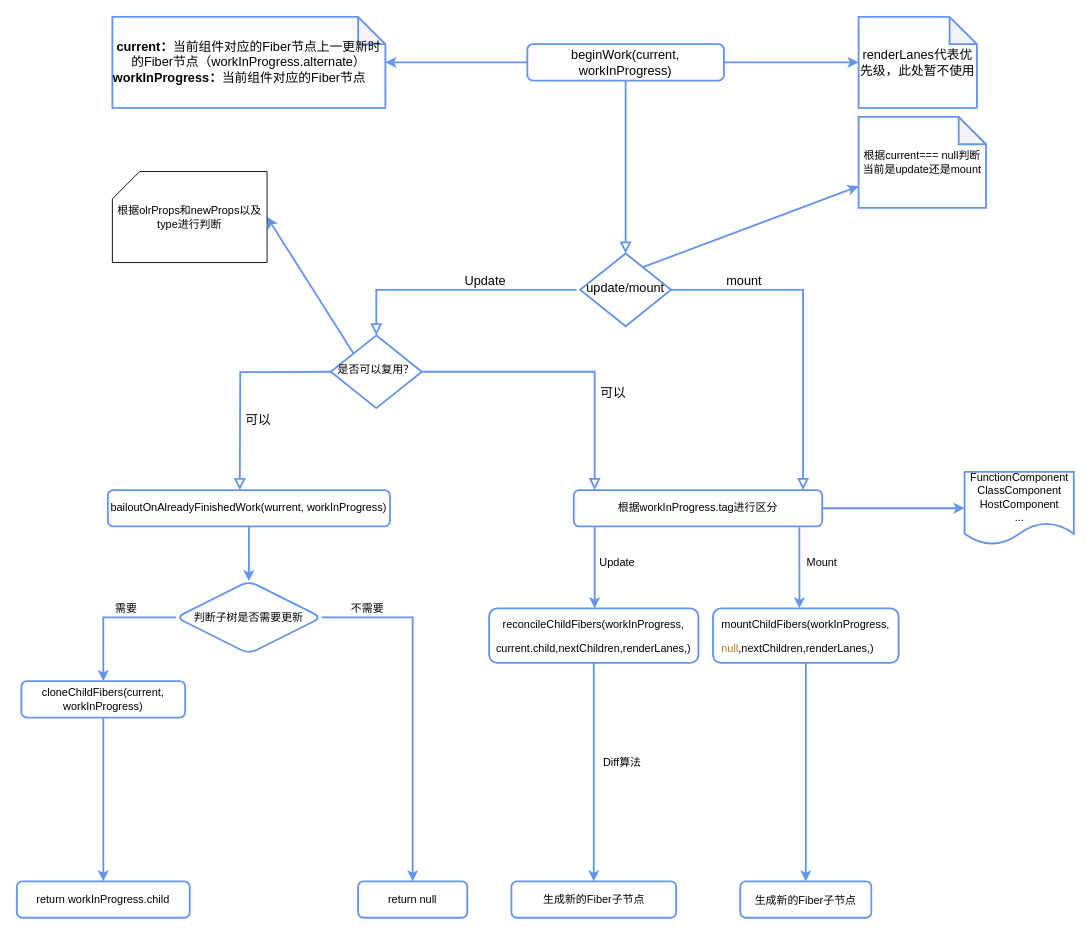
Before: beginWork.drawio in Yuan-Far/test, a draw.io diagram. Source tidied: cells renumbered, new cells numbered last; positions are measured from the earlier drawing's top-left corner, leaving out a move shared by most shapes. Both pictures are drawn from the tidied source at 91%, with x=0, y=0 at pixel (16, 16).
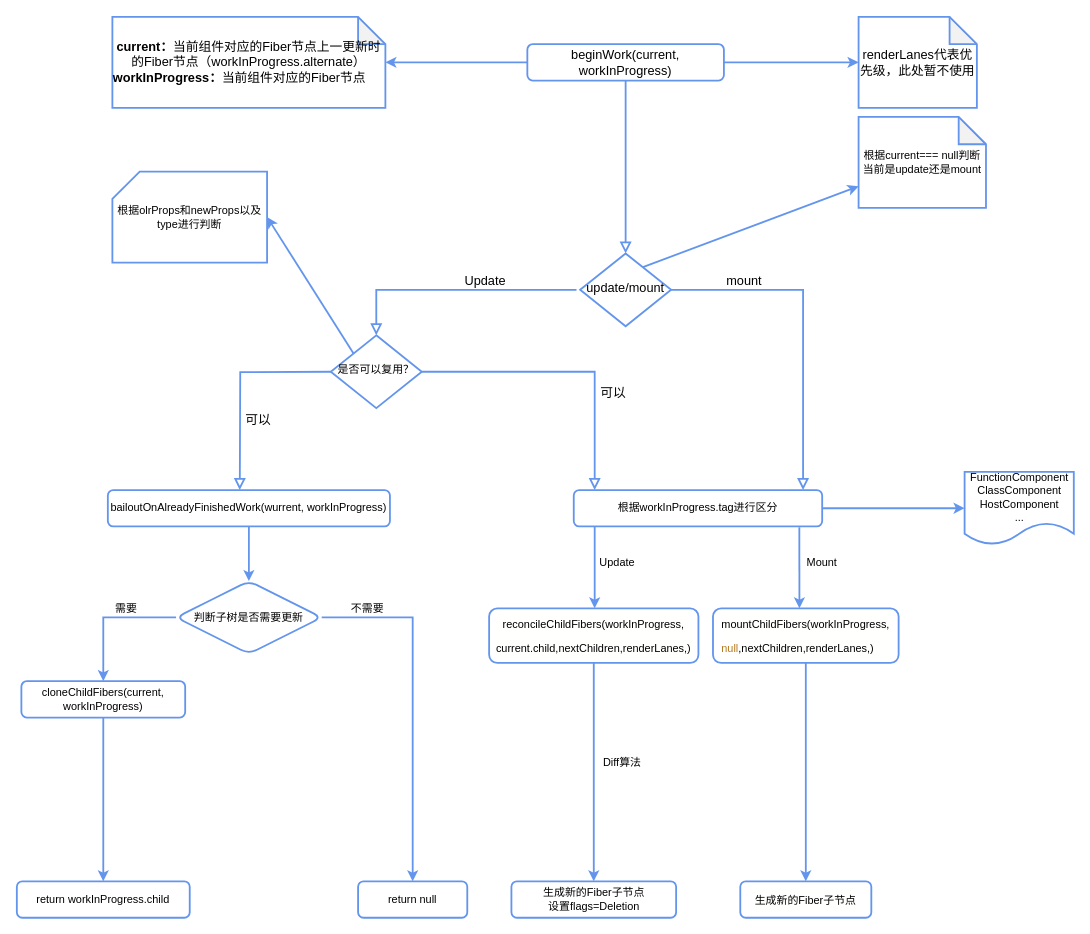
The same diagram, later.

Diff of the diagram source:
```diff
@@
-    <mxCell id="19" value="根据olrProps和newProps以及type进行判断" style="shape=card;whiteSpace=wrap;html=1;" parent="1" vertex="1">
+    <mxCell id="19" value="根据olrProps和newProps以及type进行判断" style="shape=card;whiteSpace=wrap;html=1;strokeColor=#6495ED;strokeWidth=2;" parent="1" vertex="1">
       <mxGeometry x="105" y="170" width="170" height="100" as="geometry" />
     </mxCell>
@@
-    <mxCell id="41" value="生成新的Fiber子节点" style="whiteSpace=wrap;html=1;rounded=1;strokeColor=#6495ED;strokeWidth=2;" parent="1" vertex="1">
+    <mxCell id="41" value="生成新的Fiber子节点&lt;br&gt;设置flags=Deletion" style="whiteSpace=wrap;html=1;rounded=1;strokeColor=#6495ED;strokeWidth=2;" parent="1" vertex="1">
       <mxGeometry x="543.5" y="950" width="181" height="40" as="geometry" />
     </mxCell>
```
